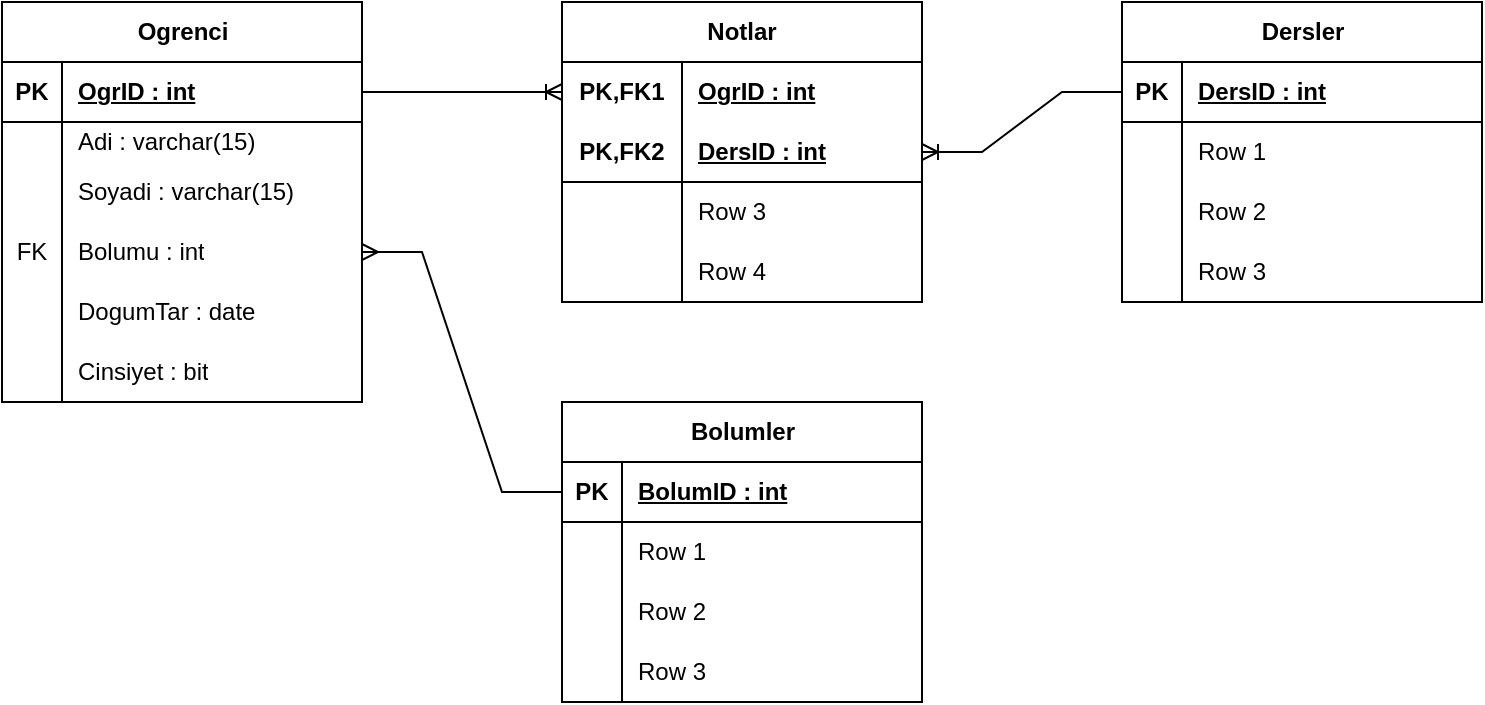
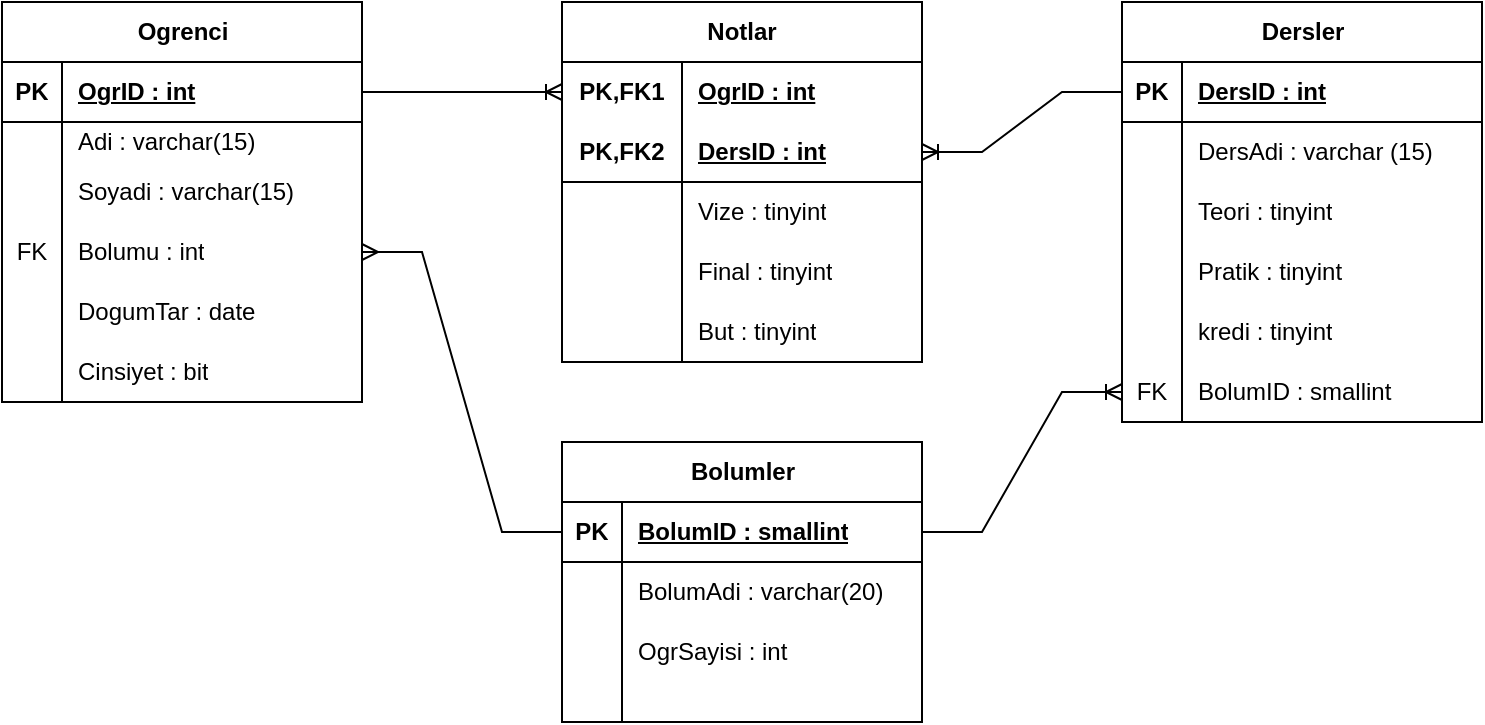
<mxfile host="app.diagrams.net">
  <diagram name="Sayfa-1" id="-i1jU7l2RKOgfZaHJ6H_">
    <mxGraphModel dx="1414" dy="743" grid="1" gridSize="10" guides="1" tooltips="1" connect="1" arrows="1" fold="1" page="1" pageScale="1" pageWidth="827" pageHeight="1169" math="0" shadow="0">
      <root>
        <mxCell id="0" />
        <mxCell id="1" parent="0" />
        <mxCell id="R34CJUJlCmK9qs_6qB3V-1" parent="1" style="shape=table;startSize=30;container=1;collapsible=1;childLayout=tableLayout;fixedRows=1;rowLines=0;fontStyle=1;align=center;resizeLast=1;html=1;" value="Ogrenci" vertex="1">
          <mxGeometry height="200" width="180" x="80" y="120" as="geometry" />
        </mxCell>
        <mxCell id="R34CJUJlCmK9qs_6qB3V-2" parent="R34CJUJlCmK9qs_6qB3V-1" style="shape=tableRow;horizontal=0;startSize=0;swimlaneHead=0;swimlaneBody=0;fillColor=none;collapsible=0;dropTarget=0;points=[[0,0.5],[1,0.5]];portConstraint=eastwest;top=0;left=0;right=0;bottom=1;" value="" vertex="1">
          <mxGeometry height="30" width="180" y="30" as="geometry" />
        </mxCell>
        <mxCell id="R34CJUJlCmK9qs_6qB3V-3" parent="R34CJUJlCmK9qs_6qB3V-2" style="shape=partialRectangle;connectable=0;fillColor=none;top=0;left=0;bottom=0;right=0;fontStyle=1;overflow=hidden;whiteSpace=wrap;html=1;" value="PK" vertex="1">
          <mxGeometry height="30" width="30" as="geometry">
            <mxRectangle height="30" width="30" as="alternateBounds" />
          </mxGeometry>
        </mxCell>
        <mxCell id="R34CJUJlCmK9qs_6qB3V-4" parent="R34CJUJlCmK9qs_6qB3V-2" style="shape=partialRectangle;connectable=0;fillColor=none;top=0;left=0;bottom=0;right=0;align=left;spacingLeft=6;fontStyle=5;overflow=hidden;whiteSpace=wrap;html=1;" value="OgrID : int" vertex="1">
          <mxGeometry height="30" width="150" x="30" as="geometry">
            <mxRectangle height="30" width="150" as="alternateBounds" />
          </mxGeometry>
        </mxCell>
        <mxCell id="R34CJUJlCmK9qs_6qB3V-5" parent="R34CJUJlCmK9qs_6qB3V-1" style="shape=tableRow;horizontal=0;startSize=0;swimlaneHead=0;swimlaneBody=0;fillColor=none;collapsible=0;dropTarget=0;points=[[0,0.5],[1,0.5]];portConstraint=eastwest;top=0;left=0;right=0;bottom=0;" value="" vertex="1">
          <mxGeometry height="20" width="180" y="60" as="geometry" />
        </mxCell>
        <mxCell id="R34CJUJlCmK9qs_6qB3V-6" parent="R34CJUJlCmK9qs_6qB3V-5" style="shape=partialRectangle;connectable=0;fillColor=none;top=0;left=0;bottom=0;right=0;editable=1;overflow=hidden;whiteSpace=wrap;html=1;" value="" vertex="1">
          <mxGeometry height="20" width="30" as="geometry">
            <mxRectangle height="20" width="30" as="alternateBounds" />
          </mxGeometry>
        </mxCell>
        <mxCell id="R34CJUJlCmK9qs_6qB3V-7" parent="R34CJUJlCmK9qs_6qB3V-5" style="shape=partialRectangle;connectable=0;fillColor=none;top=0;left=0;bottom=0;right=0;align=left;spacingLeft=6;overflow=hidden;whiteSpace=wrap;html=1;" value="Adi : varchar(15)" vertex="1">
          <mxGeometry height="20" width="150" x="30" as="geometry">
            <mxRectangle height="20" width="150" as="alternateBounds" />
          </mxGeometry>
        </mxCell>
        <mxCell id="R34CJUJlCmK9qs_6qB3V-8" parent="R34CJUJlCmK9qs_6qB3V-1" style="shape=tableRow;horizontal=0;startSize=0;swimlaneHead=0;swimlaneBody=0;fillColor=none;collapsible=0;dropTarget=0;points=[[0,0.5],[1,0.5]];portConstraint=eastwest;top=0;left=0;right=0;bottom=0;" value="" vertex="1">
          <mxGeometry height="30" width="180" y="80" as="geometry" />
        </mxCell>
        <mxCell id="R34CJUJlCmK9qs_6qB3V-9" parent="R34CJUJlCmK9qs_6qB3V-8" style="shape=partialRectangle;connectable=0;fillColor=none;top=0;left=0;bottom=0;right=0;editable=1;overflow=hidden;whiteSpace=wrap;html=1;" value="" vertex="1">
          <mxGeometry height="30" width="30" as="geometry">
            <mxRectangle height="30" width="30" as="alternateBounds" />
          </mxGeometry>
        </mxCell>
        <mxCell id="R34CJUJlCmK9qs_6qB3V-10" parent="R34CJUJlCmK9qs_6qB3V-8" style="shape=partialRectangle;connectable=0;fillColor=none;top=0;left=0;bottom=0;right=0;align=left;spacingLeft=6;overflow=hidden;whiteSpace=wrap;html=1;" value="Soyadi : varchar(15)" vertex="1">
          <mxGeometry height="30" width="150" x="30" as="geometry">
            <mxRectangle height="30" width="150" as="alternateBounds" />
          </mxGeometry>
        </mxCell>
        <mxCell id="R34CJUJlCmK9qs_6qB3V-11" parent="R34CJUJlCmK9qs_6qB3V-1" style="shape=tableRow;horizontal=0;startSize=0;swimlaneHead=0;swimlaneBody=0;fillColor=none;collapsible=0;dropTarget=0;points=[[0,0.5],[1,0.5]];portConstraint=eastwest;top=0;left=0;right=0;bottom=0;" value="" vertex="1">
          <mxGeometry height="30" width="180" y="110" as="geometry" />
        </mxCell>
        <mxCell id="R34CJUJlCmK9qs_6qB3V-12" parent="R34CJUJlCmK9qs_6qB3V-11" style="shape=partialRectangle;connectable=0;fillColor=none;top=0;left=0;bottom=0;right=0;editable=1;overflow=hidden;whiteSpace=wrap;html=1;" value="FK" vertex="1">
          <mxGeometry height="30" width="30" as="geometry">
            <mxRectangle height="30" width="30" as="alternateBounds" />
          </mxGeometry>
        </mxCell>
        <mxCell id="R34CJUJlCmK9qs_6qB3V-13" parent="R34CJUJlCmK9qs_6qB3V-11" style="shape=partialRectangle;connectable=0;fillColor=none;top=0;left=0;bottom=0;right=0;align=left;spacingLeft=6;overflow=hidden;whiteSpace=wrap;html=1;" value="Bolumu : int" vertex="1">
          <mxGeometry height="30" width="150" x="30" as="geometry">
            <mxRectangle height="30" width="150" as="alternateBounds" />
          </mxGeometry>
        </mxCell>
        <mxCell id="R34CJUJlCmK9qs_6qB3V-66" parent="R34CJUJlCmK9qs_6qB3V-1" style="shape=tableRow;horizontal=0;startSize=0;swimlaneHead=0;swimlaneBody=0;fillColor=none;collapsible=0;dropTarget=0;points=[[0,0.5],[1,0.5]];portConstraint=eastwest;top=0;left=0;right=0;bottom=0;" value="" vertex="1">
          <mxGeometry height="30" width="180" y="140" as="geometry" />
        </mxCell>
        <mxCell id="R34CJUJlCmK9qs_6qB3V-67" parent="R34CJUJlCmK9qs_6qB3V-66" style="shape=partialRectangle;connectable=0;fillColor=none;top=0;left=0;bottom=0;right=0;editable=1;overflow=hidden;whiteSpace=wrap;html=1;" value="" vertex="1">
          <mxGeometry height="30" width="30" as="geometry">
            <mxRectangle height="30" width="30" as="alternateBounds" />
          </mxGeometry>
        </mxCell>
        <mxCell id="R34CJUJlCmK9qs_6qB3V-68" parent="R34CJUJlCmK9qs_6qB3V-66" style="shape=partialRectangle;connectable=0;fillColor=none;top=0;left=0;bottom=0;right=0;align=left;spacingLeft=6;overflow=hidden;whiteSpace=wrap;html=1;" value="DogumTar : date" vertex="1">
          <mxGeometry height="30" width="150" x="30" as="geometry">
            <mxRectangle height="30" width="150" as="alternateBounds" />
          </mxGeometry>
        </mxCell>
        <mxCell id="R34CJUJlCmK9qs_6qB3V-91" parent="R34CJUJlCmK9qs_6qB3V-1" style="shape=tableRow;horizontal=0;startSize=0;swimlaneHead=0;swimlaneBody=0;fillColor=none;collapsible=0;dropTarget=0;points=[[0,0.5],[1,0.5]];portConstraint=eastwest;top=0;left=0;right=0;bottom=0;" value="" vertex="1">
          <mxGeometry height="30" width="180" y="170" as="geometry" />
        </mxCell>
        <mxCell id="R34CJUJlCmK9qs_6qB3V-92" parent="R34CJUJlCmK9qs_6qB3V-91" style="shape=partialRectangle;connectable=0;fillColor=none;top=0;left=0;bottom=0;right=0;editable=1;overflow=hidden;whiteSpace=wrap;html=1;" value="" vertex="1">
          <mxGeometry height="30" width="30" as="geometry">
            <mxRectangle height="30" width="30" as="alternateBounds" />
          </mxGeometry>
        </mxCell>
        <mxCell id="R34CJUJlCmK9qs_6qB3V-93" parent="R34CJUJlCmK9qs_6qB3V-91" style="shape=partialRectangle;connectable=0;fillColor=none;top=0;left=0;bottom=0;right=0;align=left;spacingLeft=6;overflow=hidden;whiteSpace=wrap;html=1;" value="Cinsiyet : bit" vertex="1">
          <mxGeometry height="30" width="150" x="30" as="geometry">
            <mxRectangle height="30" width="150" as="alternateBounds" />
          </mxGeometry>
        </mxCell>
        <mxCell id="R34CJUJlCmK9qs_6qB3V-14" parent="1" style="shape=table;startSize=30;container=1;collapsible=1;childLayout=tableLayout;fixedRows=1;rowLines=0;fontStyle=1;align=center;resizeLast=1;html=1;whiteSpace=wrap;" value="Notlar" vertex="1">
-           <mxGeometry height="150" width="180" x="360" y="120" as="geometry" />
+           <mxGeometry height="180" width="180" x="360" y="120" as="geometry" />
        </mxCell>
        <mxCell id="R34CJUJlCmK9qs_6qB3V-15" parent="R34CJUJlCmK9qs_6qB3V-14" style="shape=tableRow;horizontal=0;startSize=0;swimlaneHead=0;swimlaneBody=0;fillColor=none;collapsible=0;dropTarget=0;points=[[0,0.5],[1,0.5]];portConstraint=eastwest;top=0;left=0;right=0;bottom=0;html=1;" value="" vertex="1">
          <mxGeometry height="30" width="180" y="30" as="geometry" />
        </mxCell>
        <mxCell id="R34CJUJlCmK9qs_6qB3V-16" parent="R34CJUJlCmK9qs_6qB3V-15" style="shape=partialRectangle;connectable=0;fillColor=none;top=0;left=0;bottom=0;right=0;fontStyle=1;overflow=hidden;html=1;whiteSpace=wrap;" value="PK,FK1" vertex="1">
          <mxGeometry height="30" width="60" as="geometry">
            <mxRectangle height="30" width="60" as="alternateBounds" />
          </mxGeometry>
        </mxCell>
        <mxCell id="R34CJUJlCmK9qs_6qB3V-17" parent="R34CJUJlCmK9qs_6qB3V-15" style="shape=partialRectangle;connectable=0;fillColor=none;top=0;left=0;bottom=0;right=0;align=left;spacingLeft=6;fontStyle=5;overflow=hidden;html=1;whiteSpace=wrap;" value="OgrID : int" vertex="1">
          <mxGeometry height="30" width="120" x="60" as="geometry">
            <mxRectangle height="30" width="120" as="alternateBounds" />
          </mxGeometry>
        </mxCell>
        <mxCell id="R34CJUJlCmK9qs_6qB3V-18" parent="R34CJUJlCmK9qs_6qB3V-14" style="shape=tableRow;horizontal=0;startSize=0;swimlaneHead=0;swimlaneBody=0;fillColor=none;collapsible=0;dropTarget=0;points=[[0,0.5],[1,0.5]];portConstraint=eastwest;top=0;left=0;right=0;bottom=1;html=1;" value="" vertex="1">
          <mxGeometry height="30" width="180" y="60" as="geometry" />
        </mxCell>
        <mxCell id="R34CJUJlCmK9qs_6qB3V-19" parent="R34CJUJlCmK9qs_6qB3V-18" style="shape=partialRectangle;connectable=0;fillColor=none;top=0;left=0;bottom=0;right=0;fontStyle=1;overflow=hidden;html=1;whiteSpace=wrap;" value="PK,FK2" vertex="1">
          <mxGeometry height="30" width="60" as="geometry">
            <mxRectangle height="30" width="60" as="alternateBounds" />
          </mxGeometry>
        </mxCell>
        <mxCell id="R34CJUJlCmK9qs_6qB3V-20" parent="R34CJUJlCmK9qs_6qB3V-18" style="shape=partialRectangle;connectable=0;fillColor=none;top=0;left=0;bottom=0;right=0;align=left;spacingLeft=6;fontStyle=5;overflow=hidden;html=1;whiteSpace=wrap;" value="DersID : int" vertex="1">
          <mxGeometry height="30" width="120" x="60" as="geometry">
            <mxRectangle height="30" width="120" as="alternateBounds" />
          </mxGeometry>
        </mxCell>
        <mxCell id="R34CJUJlCmK9qs_6qB3V-21" parent="R34CJUJlCmK9qs_6qB3V-14" style="shape=tableRow;horizontal=0;startSize=0;swimlaneHead=0;swimlaneBody=0;fillColor=none;collapsible=0;dropTarget=0;points=[[0,0.5],[1,0.5]];portConstraint=eastwest;top=0;left=0;right=0;bottom=0;html=1;" value="" vertex="1">
          <mxGeometry height="30" width="180" y="90" as="geometry" />
        </mxCell>
        <mxCell id="R34CJUJlCmK9qs_6qB3V-22" parent="R34CJUJlCmK9qs_6qB3V-21" style="shape=partialRectangle;connectable=0;fillColor=none;top=0;left=0;bottom=0;right=0;editable=1;overflow=hidden;html=1;whiteSpace=wrap;" value="" vertex="1">
          <mxGeometry height="30" width="60" as="geometry">
            <mxRectangle height="30" width="60" as="alternateBounds" />
          </mxGeometry>
        </mxCell>
-         <mxCell id="R34CJUJlCmK9qs_6qB3V-23" parent="R34CJUJlCmK9qs_6qB3V-21" style="shape=partialRectangle;connectable=0;fillColor=none;top=0;left=0;bottom=0;right=0;align=left;spacingLeft=6;overflow=hidden;html=1;whiteSpace=wrap;" value="Row 3" vertex="1">
+         <mxCell id="R34CJUJlCmK9qs_6qB3V-23" parent="R34CJUJlCmK9qs_6qB3V-21" style="shape=partialRectangle;connectable=0;fillColor=none;top=0;left=0;bottom=0;right=0;align=left;spacingLeft=6;overflow=hidden;html=1;whiteSpace=wrap;" value="Vize : tinyint" vertex="1">
          <mxGeometry height="30" width="120" x="60" as="geometry">
            <mxRectangle height="30" width="120" as="alternateBounds" />
          </mxGeometry>
        </mxCell>
        <mxCell id="R34CJUJlCmK9qs_6qB3V-24" parent="R34CJUJlCmK9qs_6qB3V-14" style="shape=tableRow;horizontal=0;startSize=0;swimlaneHead=0;swimlaneBody=0;fillColor=none;collapsible=0;dropTarget=0;points=[[0,0.5],[1,0.5]];portConstraint=eastwest;top=0;left=0;right=0;bottom=0;html=1;" value="" vertex="1">
          <mxGeometry height="30" width="180" y="120" as="geometry" />
        </mxCell>
        <mxCell id="R34CJUJlCmK9qs_6qB3V-25" parent="R34CJUJlCmK9qs_6qB3V-24" style="shape=partialRectangle;connectable=0;fillColor=none;top=0;left=0;bottom=0;right=0;editable=1;overflow=hidden;html=1;whiteSpace=wrap;" value="" vertex="1">
          <mxGeometry height="30" width="60" as="geometry">
            <mxRectangle height="30" width="60" as="alternateBounds" />
          </mxGeometry>
        </mxCell>
-         <mxCell id="R34CJUJlCmK9qs_6qB3V-26" parent="R34CJUJlCmK9qs_6qB3V-24" style="shape=partialRectangle;connectable=0;fillColor=none;top=0;left=0;bottom=0;right=0;align=left;spacingLeft=6;overflow=hidden;html=1;whiteSpace=wrap;" value="Row 4" vertex="1">
+         <mxCell id="R34CJUJlCmK9qs_6qB3V-26" parent="R34CJUJlCmK9qs_6qB3V-24" style="shape=partialRectangle;connectable=0;fillColor=none;top=0;left=0;bottom=0;right=0;align=left;spacingLeft=6;overflow=hidden;html=1;whiteSpace=wrap;" value="Final : tinyint" vertex="1">
+           <mxGeometry height="30" width="120" x="60" as="geometry">
+             <mxRectangle height="30" width="120" as="alternateBounds" />
+           </mxGeometry>
+         </mxCell>
+         <mxCell id="TMeBz9Iy4i9IN64IryN2-1" parent="R34CJUJlCmK9qs_6qB3V-14" style="shape=tableRow;horizontal=0;startSize=0;swimlaneHead=0;swimlaneBody=0;fillColor=none;collapsible=0;dropTarget=0;points=[[0,0.5],[1,0.5]];portConstraint=eastwest;top=0;left=0;right=0;bottom=0;html=1;" value="" vertex="1">
+           <mxGeometry height="30" width="180" y="150" as="geometry" />
+         </mxCell>
+         <mxCell id="TMeBz9Iy4i9IN64IryN2-2" parent="TMeBz9Iy4i9IN64IryN2-1" style="shape=partialRectangle;connectable=0;fillColor=none;top=0;left=0;bottom=0;right=0;editable=1;overflow=hidden;html=1;whiteSpace=wrap;" value="" vertex="1">
+           <mxGeometry height="30" width="60" as="geometry">
+             <mxRectangle height="30" width="60" as="alternateBounds" />
+           </mxGeometry>
+         </mxCell>
+         <mxCell id="TMeBz9Iy4i9IN64IryN2-3" parent="TMeBz9Iy4i9IN64IryN2-1" style="shape=partialRectangle;connectable=0;fillColor=none;top=0;left=0;bottom=0;right=0;align=left;spacingLeft=6;overflow=hidden;html=1;whiteSpace=wrap;" value="But : tinyint" vertex="1">
          <mxGeometry height="30" width="120" x="60" as="geometry">
            <mxRectangle height="30" width="120" as="alternateBounds" />
          </mxGeometry>
        </mxCell>
        <mxCell id="R34CJUJlCmK9qs_6qB3V-27" parent="1" style="shape=table;startSize=30;container=1;collapsible=1;childLayout=tableLayout;fixedRows=1;rowLines=0;fontStyle=1;align=center;resizeLast=1;html=1;" value="Dersler" vertex="1">
-           <mxGeometry height="150" width="180" x="640" y="120" as="geometry" />
+           <mxGeometry height="210" width="180" x="640" y="120" as="geometry" />
        </mxCell>
        <mxCell id="R34CJUJlCmK9qs_6qB3V-28" parent="R34CJUJlCmK9qs_6qB3V-27" style="shape=tableRow;horizontal=0;startSize=0;swimlaneHead=0;swimlaneBody=0;fillColor=none;collapsible=0;dropTarget=0;points=[[0,0.5],[1,0.5]];portConstraint=eastwest;top=0;left=0;right=0;bottom=1;" value="" vertex="1">
          <mxGeometry height="30" width="180" y="30" as="geometry" />
        </mxCell>
        <mxCell id="R34CJUJlCmK9qs_6qB3V-29" parent="R34CJUJlCmK9qs_6qB3V-28" style="shape=partialRectangle;connectable=0;fillColor=none;top=0;left=0;bottom=0;right=0;fontStyle=1;overflow=hidden;whiteSpace=wrap;html=1;" value="PK" vertex="1">
          <mxGeometry height="30" width="30" as="geometry">
            <mxRectangle height="30" width="30" as="alternateBounds" />
          </mxGeometry>
        </mxCell>
        <mxCell id="R34CJUJlCmK9qs_6qB3V-30" parent="R34CJUJlCmK9qs_6qB3V-28" style="shape=partialRectangle;connectable=0;fillColor=none;top=0;left=0;bottom=0;right=0;align=left;spacingLeft=6;fontStyle=5;overflow=hidden;whiteSpace=wrap;html=1;" value="DersID : int" vertex="1">
          <mxGeometry height="30" width="150" x="30" as="geometry">
            <mxRectangle height="30" width="150" as="alternateBounds" />
          </mxGeometry>
        </mxCell>
        <mxCell id="R34CJUJlCmK9qs_6qB3V-31" parent="R34CJUJlCmK9qs_6qB3V-27" style="shape=tableRow;horizontal=0;startSize=0;swimlaneHead=0;swimlaneBody=0;fillColor=none;collapsible=0;dropTarget=0;points=[[0,0.5],[1,0.5]];portConstraint=eastwest;top=0;left=0;right=0;bottom=0;" value="" vertex="1">
          <mxGeometry height="30" width="180" y="60" as="geometry" />
        </mxCell>
        <mxCell id="R34CJUJlCmK9qs_6qB3V-32" parent="R34CJUJlCmK9qs_6qB3V-31" style="shape=partialRectangle;connectable=0;fillColor=none;top=0;left=0;bottom=0;right=0;editable=1;overflow=hidden;whiteSpace=wrap;html=1;" value="" vertex="1">
          <mxGeometry height="30" width="30" as="geometry">
            <mxRectangle height="30" width="30" as="alternateBounds" />
          </mxGeometry>
        </mxCell>
-         <mxCell id="R34CJUJlCmK9qs_6qB3V-33" parent="R34CJUJlCmK9qs_6qB3V-31" style="shape=partialRectangle;connectable=0;fillColor=none;top=0;left=0;bottom=0;right=0;align=left;spacingLeft=6;overflow=hidden;whiteSpace=wrap;html=1;" value="Row 1" vertex="1">
+         <mxCell id="R34CJUJlCmK9qs_6qB3V-33" parent="R34CJUJlCmK9qs_6qB3V-31" style="shape=partialRectangle;connectable=0;fillColor=none;top=0;left=0;bottom=0;right=0;align=left;spacingLeft=6;overflow=hidden;whiteSpace=wrap;html=1;" value="DersAdi : varchar (15)" vertex="1">
          <mxGeometry height="30" width="150" x="30" as="geometry">
            <mxRectangle height="30" width="150" as="alternateBounds" />
          </mxGeometry>
        </mxCell>
        <mxCell id="R34CJUJlCmK9qs_6qB3V-34" parent="R34CJUJlCmK9qs_6qB3V-27" style="shape=tableRow;horizontal=0;startSize=0;swimlaneHead=0;swimlaneBody=0;fillColor=none;collapsible=0;dropTarget=0;points=[[0,0.5],[1,0.5]];portConstraint=eastwest;top=0;left=0;right=0;bottom=0;" value="" vertex="1">
          <mxGeometry height="30" width="180" y="90" as="geometry" />
        </mxCell>
        <mxCell id="R34CJUJlCmK9qs_6qB3V-35" parent="R34CJUJlCmK9qs_6qB3V-34" style="shape=partialRectangle;connectable=0;fillColor=none;top=0;left=0;bottom=0;right=0;editable=1;overflow=hidden;whiteSpace=wrap;html=1;" value="" vertex="1">
          <mxGeometry height="30" width="30" as="geometry">
            <mxRectangle height="30" width="30" as="alternateBounds" />
          </mxGeometry>
        </mxCell>
-         <mxCell id="R34CJUJlCmK9qs_6qB3V-36" parent="R34CJUJlCmK9qs_6qB3V-34" style="shape=partialRectangle;connectable=0;fillColor=none;top=0;left=0;bottom=0;right=0;align=left;spacingLeft=6;overflow=hidden;whiteSpace=wrap;html=1;" value="Row 2" vertex="1">
+         <mxCell id="R34CJUJlCmK9qs_6qB3V-36" parent="R34CJUJlCmK9qs_6qB3V-34" style="shape=partialRectangle;connectable=0;fillColor=none;top=0;left=0;bottom=0;right=0;align=left;spacingLeft=6;overflow=hidden;whiteSpace=wrap;html=1;" value="Teori : tinyint" vertex="1">
          <mxGeometry height="30" width="150" x="30" as="geometry">
            <mxRectangle height="30" width="150" as="alternateBounds" />
          </mxGeometry>
        </mxCell>
        <mxCell id="R34CJUJlCmK9qs_6qB3V-37" parent="R34CJUJlCmK9qs_6qB3V-27" style="shape=tableRow;horizontal=0;startSize=0;swimlaneHead=0;swimlaneBody=0;fillColor=none;collapsible=0;dropTarget=0;points=[[0,0.5],[1,0.5]];portConstraint=eastwest;top=0;left=0;right=0;bottom=0;" value="" vertex="1">
          <mxGeometry height="30" width="180" y="120" as="geometry" />
        </mxCell>
        <mxCell id="R34CJUJlCmK9qs_6qB3V-38" parent="R34CJUJlCmK9qs_6qB3V-37" style="shape=partialRectangle;connectable=0;fillColor=none;top=0;left=0;bottom=0;right=0;editable=1;overflow=hidden;whiteSpace=wrap;html=1;" value="" vertex="1">
          <mxGeometry height="30" width="30" as="geometry">
            <mxRectangle height="30" width="30" as="alternateBounds" />
          </mxGeometry>
        </mxCell>
-         <mxCell id="R34CJUJlCmK9qs_6qB3V-39" parent="R34CJUJlCmK9qs_6qB3V-37" style="shape=partialRectangle;connectable=0;fillColor=none;top=0;left=0;bottom=0;right=0;align=left;spacingLeft=6;overflow=hidden;whiteSpace=wrap;html=1;" value="Row 3" vertex="1">
+         <mxCell id="R34CJUJlCmK9qs_6qB3V-39" parent="R34CJUJlCmK9qs_6qB3V-37" style="shape=partialRectangle;connectable=0;fillColor=none;top=0;left=0;bottom=0;right=0;align=left;spacingLeft=6;overflow=hidden;whiteSpace=wrap;html=1;" value="Pratik : tinyint" vertex="1">
+           <mxGeometry height="30" width="150" x="30" as="geometry">
+             <mxRectangle height="30" width="150" as="alternateBounds" />
+           </mxGeometry>
+         </mxCell>
+         <mxCell id="TMeBz9Iy4i9IN64IryN2-4" parent="R34CJUJlCmK9qs_6qB3V-27" style="shape=tableRow;horizontal=0;startSize=0;swimlaneHead=0;swimlaneBody=0;fillColor=none;collapsible=0;dropTarget=0;points=[[0,0.5],[1,0.5]];portConstraint=eastwest;top=0;left=0;right=0;bottom=0;" value="" vertex="1">
+           <mxGeometry height="30" width="180" y="150" as="geometry" />
+         </mxCell>
+         <mxCell id="TMeBz9Iy4i9IN64IryN2-5" parent="TMeBz9Iy4i9IN64IryN2-4" style="shape=partialRectangle;connectable=0;fillColor=none;top=0;left=0;bottom=0;right=0;editable=1;overflow=hidden;whiteSpace=wrap;html=1;" value="" vertex="1">
+           <mxGeometry height="30" width="30" as="geometry">
+             <mxRectangle height="30" width="30" as="alternateBounds" />
+           </mxGeometry>
+         </mxCell>
+         <mxCell id="TMeBz9Iy4i9IN64IryN2-6" parent="TMeBz9Iy4i9IN64IryN2-4" style="shape=partialRectangle;connectable=0;fillColor=none;top=0;left=0;bottom=0;right=0;align=left;spacingLeft=6;overflow=hidden;whiteSpace=wrap;html=1;" value="kredi : tinyint" vertex="1">
+           <mxGeometry height="30" width="150" x="30" as="geometry">
+             <mxRectangle height="30" width="150" as="alternateBounds" />
+           </mxGeometry>
+         </mxCell>
+         <mxCell id="TMeBz9Iy4i9IN64IryN2-7" parent="R34CJUJlCmK9qs_6qB3V-27" style="shape=tableRow;horizontal=0;startSize=0;swimlaneHead=0;swimlaneBody=0;fillColor=none;collapsible=0;dropTarget=0;points=[[0,0.5],[1,0.5]];portConstraint=eastwest;top=0;left=0;right=0;bottom=0;" value="" vertex="1">
+           <mxGeometry height="30" width="180" y="180" as="geometry" />
+         </mxCell>
+         <mxCell id="TMeBz9Iy4i9IN64IryN2-8" parent="TMeBz9Iy4i9IN64IryN2-7" style="shape=partialRectangle;connectable=0;fillColor=none;top=0;left=0;bottom=0;right=0;editable=1;overflow=hidden;whiteSpace=wrap;html=1;" value="FK" vertex="1">
+           <mxGeometry height="30" width="30" as="geometry">
+             <mxRectangle height="30" width="30" as="alternateBounds" />
+           </mxGeometry>
+         </mxCell>
+         <mxCell id="TMeBz9Iy4i9IN64IryN2-9" parent="TMeBz9Iy4i9IN64IryN2-7" style="shape=partialRectangle;connectable=0;fillColor=none;top=0;left=0;bottom=0;right=0;align=left;spacingLeft=6;overflow=hidden;whiteSpace=wrap;html=1;" value="BolumID : smallint" vertex="1">
          <mxGeometry height="30" width="150" x="30" as="geometry">
            <mxRectangle height="30" width="150" as="alternateBounds" />
          </mxGeometry>
        </mxCell>
        <mxCell id="R34CJUJlCmK9qs_6qB3V-40" parent="1" style="shape=table;startSize=30;container=1;collapsible=1;childLayout=tableLayout;fixedRows=1;rowLines=0;fontStyle=1;align=center;resizeLast=1;html=1;" value="Bolumler" vertex="1">
-           <mxGeometry height="150" width="180" x="360" y="320" as="geometry" />
+           <mxGeometry height="140" width="180" x="360" y="340" as="geometry" />
        </mxCell>
        <mxCell id="R34CJUJlCmK9qs_6qB3V-41" parent="R34CJUJlCmK9qs_6qB3V-40" style="shape=tableRow;horizontal=0;startSize=0;swimlaneHead=0;swimlaneBody=0;fillColor=none;collapsible=0;dropTarget=0;points=[[0,0.5],[1,0.5]];portConstraint=eastwest;top=0;left=0;right=0;bottom=1;" value="" vertex="1">
          <mxGeometry height="30" width="180" y="30" as="geometry" />
        </mxCell>
        <mxCell id="R34CJUJlCmK9qs_6qB3V-42" parent="R34CJUJlCmK9qs_6qB3V-41" style="shape=partialRectangle;connectable=0;fillColor=none;top=0;left=0;bottom=0;right=0;fontStyle=1;overflow=hidden;whiteSpace=wrap;html=1;" value="PK" vertex="1">
          <mxGeometry height="30" width="30" as="geometry">
            <mxRectangle height="30" width="30" as="alternateBounds" />
          </mxGeometry>
        </mxCell>
-         <mxCell id="R34CJUJlCmK9qs_6qB3V-43" parent="R34CJUJlCmK9qs_6qB3V-41" style="shape=partialRectangle;connectable=0;fillColor=none;top=0;left=0;bottom=0;right=0;align=left;spacingLeft=6;fontStyle=5;overflow=hidden;whiteSpace=wrap;html=1;" value="BolumID : int" vertex="1">
+         <mxCell id="R34CJUJlCmK9qs_6qB3V-43" parent="R34CJUJlCmK9qs_6qB3V-41" style="shape=partialRectangle;connectable=0;fillColor=none;top=0;left=0;bottom=0;right=0;align=left;spacingLeft=6;fontStyle=5;overflow=hidden;whiteSpace=wrap;html=1;" value="BolumID : smallint" vertex="1">
          <mxGeometry height="30" width="150" x="30" as="geometry">
            <mxRectangle height="30" width="150" as="alternateBounds" />
          </mxGeometry>
        </mxCell>
        <mxCell id="R34CJUJlCmK9qs_6qB3V-44" parent="R34CJUJlCmK9qs_6qB3V-40" style="shape=tableRow;horizontal=0;startSize=0;swimlaneHead=0;swimlaneBody=0;fillColor=none;collapsible=0;dropTarget=0;points=[[0,0.5],[1,0.5]];portConstraint=eastwest;top=0;left=0;right=0;bottom=0;" value="" vertex="1">
          <mxGeometry height="30" width="180" y="60" as="geometry" />
        </mxCell>
        <mxCell id="R34CJUJlCmK9qs_6qB3V-45" parent="R34CJUJlCmK9qs_6qB3V-44" style="shape=partialRectangle;connectable=0;fillColor=none;top=0;left=0;bottom=0;right=0;editable=1;overflow=hidden;whiteSpace=wrap;html=1;" value="" vertex="1">
          <mxGeometry height="30" width="30" as="geometry">
            <mxRectangle height="30" width="30" as="alternateBounds" />
          </mxGeometry>
        </mxCell>
-         <mxCell id="R34CJUJlCmK9qs_6qB3V-46" parent="R34CJUJlCmK9qs_6qB3V-44" style="shape=partialRectangle;connectable=0;fillColor=none;top=0;left=0;bottom=0;right=0;align=left;spacingLeft=6;overflow=hidden;whiteSpace=wrap;html=1;" value="Row 1" vertex="1">
+         <mxCell id="R34CJUJlCmK9qs_6qB3V-46" parent="R34CJUJlCmK9qs_6qB3V-44" style="shape=partialRectangle;connectable=0;fillColor=none;top=0;left=0;bottom=0;right=0;align=left;spacingLeft=6;overflow=hidden;whiteSpace=wrap;html=1;" value="BolumAdi : varchar(20)" vertex="1">
          <mxGeometry height="30" width="150" x="30" as="geometry">
            <mxRectangle height="30" width="150" as="alternateBounds" />
          </mxGeometry>
        </mxCell>
        <mxCell id="R34CJUJlCmK9qs_6qB3V-47" parent="R34CJUJlCmK9qs_6qB3V-40" style="shape=tableRow;horizontal=0;startSize=0;swimlaneHead=0;swimlaneBody=0;fillColor=none;collapsible=0;dropTarget=0;points=[[0,0.5],[1,0.5]];portConstraint=eastwest;top=0;left=0;right=0;bottom=0;" value="" vertex="1">
          <mxGeometry height="30" width="180" y="90" as="geometry" />
        </mxCell>
        <mxCell id="R34CJUJlCmK9qs_6qB3V-48" parent="R34CJUJlCmK9qs_6qB3V-47" style="shape=partialRectangle;connectable=0;fillColor=none;top=0;left=0;bottom=0;right=0;editable=1;overflow=hidden;whiteSpace=wrap;html=1;" value="" vertex="1">
          <mxGeometry height="30" width="30" as="geometry">
            <mxRectangle height="30" width="30" as="alternateBounds" />
          </mxGeometry>
        </mxCell>
-         <mxCell id="R34CJUJlCmK9qs_6qB3V-49" parent="R34CJUJlCmK9qs_6qB3V-47" style="shape=partialRectangle;connectable=0;fillColor=none;top=0;left=0;bottom=0;right=0;align=left;spacingLeft=6;overflow=hidden;whiteSpace=wrap;html=1;" value="Row 2" vertex="1">
+         <mxCell id="R34CJUJlCmK9qs_6qB3V-49" parent="R34CJUJlCmK9qs_6qB3V-47" style="shape=partialRectangle;connectable=0;fillColor=none;top=0;left=0;bottom=0;right=0;align=left;spacingLeft=6;overflow=hidden;whiteSpace=wrap;html=1;" value="OgrSayisi : int" vertex="1">
          <mxGeometry height="30" width="150" x="30" as="geometry">
            <mxRectangle height="30" width="150" as="alternateBounds" />
          </mxGeometry>
        </mxCell>
        <mxCell id="R34CJUJlCmK9qs_6qB3V-50" parent="R34CJUJlCmK9qs_6qB3V-40" style="shape=tableRow;horizontal=0;startSize=0;swimlaneHead=0;swimlaneBody=0;fillColor=none;collapsible=0;dropTarget=0;points=[[0,0.5],[1,0.5]];portConstraint=eastwest;top=0;left=0;right=0;bottom=0;" value="" vertex="1">
-           <mxGeometry height="30" width="180" y="120" as="geometry" />
+           <mxGeometry height="20" width="180" y="120" as="geometry" />
        </mxCell>
        <mxCell id="R34CJUJlCmK9qs_6qB3V-51" parent="R34CJUJlCmK9qs_6qB3V-50" style="shape=partialRectangle;connectable=0;fillColor=none;top=0;left=0;bottom=0;right=0;editable=1;overflow=hidden;whiteSpace=wrap;html=1;" value="" vertex="1">
-           <mxGeometry height="30" width="30" as="geometry">
-             <mxRectangle height="30" width="30" as="alternateBounds" />
-           </mxGeometry>
-         </mxCell>
-         <mxCell id="R34CJUJlCmK9qs_6qB3V-52" parent="R34CJUJlCmK9qs_6qB3V-50" style="shape=partialRectangle;connectable=0;fillColor=none;top=0;left=0;bottom=0;right=0;align=left;spacingLeft=6;overflow=hidden;whiteSpace=wrap;html=1;" value="Row 3" vertex="1">
-           <mxGeometry height="30" width="150" x="30" as="geometry">
-             <mxRectangle height="30" width="150" as="alternateBounds" />
+           <mxGeometry height="20" width="30" as="geometry">
+             <mxRectangle height="20" width="30" as="alternateBounds" />
+           </mxGeometry>
+         </mxCell>
+         <mxCell id="R34CJUJlCmK9qs_6qB3V-52" parent="R34CJUJlCmK9qs_6qB3V-50" style="shape=partialRectangle;connectable=0;fillColor=none;top=0;left=0;bottom=0;right=0;align=left;spacingLeft=6;overflow=hidden;whiteSpace=wrap;html=1;" value="" vertex="1">
+           <mxGeometry height="20" width="150" x="30" as="geometry">
+             <mxRectangle height="20" width="150" as="alternateBounds" />
          </mxGeometry>
        </mxCell>
        <mxCell id="R34CJUJlCmK9qs_6qB3V-94" edge="1" parent="1" source="R34CJUJlCmK9qs_6qB3V-2" style="edgeStyle=entityRelationEdgeStyle;fontSize=12;html=1;endArrow=ERoneToMany;rounded=0;exitX=1;exitY=0.5;exitDx=0;exitDy=0;entryX=0;entryY=0.5;entryDx=0;entryDy=0;" target="R34CJUJlCmK9qs_6qB3V-15" value="">
          <mxGeometry height="100" relative="1" width="100" as="geometry">
            <mxPoint x="120" y="490" as="sourcePoint" />
            <mxPoint x="220" y="390" as="targetPoint" />
          </mxGeometry>
        </mxCell>
        <mxCell id="R34CJUJlCmK9qs_6qB3V-95" edge="1" parent="1" source="R34CJUJlCmK9qs_6qB3V-28" style="edgeStyle=entityRelationEdgeStyle;fontSize=12;html=1;endArrow=ERoneToMany;rounded=0;exitX=0;exitY=0.5;exitDx=0;exitDy=0;entryX=1;entryY=0.5;entryDx=0;entryDy=0;" target="R34CJUJlCmK9qs_6qB3V-18" value="">
          <mxGeometry height="100" relative="1" width="100" as="geometry">
            <mxPoint x="170" y="445" as="sourcePoint" />
            <mxPoint x="270" y="345" as="targetPoint" />
          </mxGeometry>
        </mxCell>
        <mxCell id="R34CJUJlCmK9qs_6qB3V-96" edge="1" parent="1" source="R34CJUJlCmK9qs_6qB3V-41" style="edgeStyle=entityRelationEdgeStyle;fontSize=12;html=1;endArrow=ERmany;rounded=0;entryX=1;entryY=0.5;entryDx=0;entryDy=0;exitX=0;exitY=0.5;exitDx=0;exitDy=0;" target="R34CJUJlCmK9qs_6qB3V-11" value="">
          <mxGeometry height="100" relative="1" width="100" as="geometry">
            <mxPoint x="190" y="470" as="sourcePoint" />
            <mxPoint x="290" y="370" as="targetPoint" />
          </mxGeometry>
        </mxCell>
+         <mxCell id="TMeBz9Iy4i9IN64IryN2-35" edge="1" parent="1" source="R34CJUJlCmK9qs_6qB3V-41" style="edgeStyle=entityRelationEdgeStyle;fontSize=12;html=1;endArrow=ERoneToMany;rounded=0;exitX=1;exitY=0.5;exitDx=0;exitDy=0;entryX=0;entryY=0.5;entryDx=0;entryDy=0;" target="TMeBz9Iy4i9IN64IryN2-7" value="">
+           <mxGeometry height="100" relative="1" width="100" as="geometry">
+             <mxPoint x="540" y="390" as="sourcePoint" />
+             <mxPoint x="640" y="290" as="targetPoint" />
+           </mxGeometry>
+         </mxCell>
      </root>
    </mxGraphModel>
  </diagram>
</mxfile>
